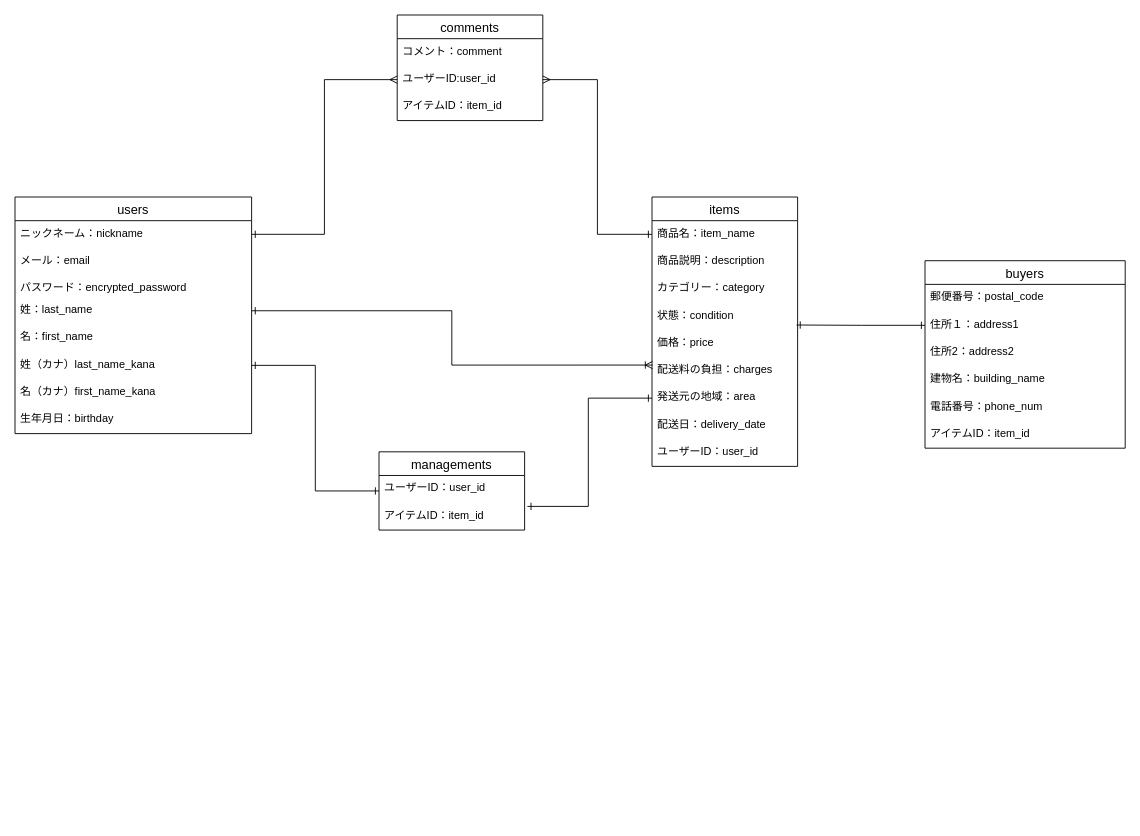
Above: furima.dio in Koshi-Y/furima-35423 (draw.io), before the change. Source tidied: cells renumbered, new cells numbered last; positions are measured from the earlier drawing's top-left corner, leaving out a move shared by most shapes. Both pictures are drawn from the tidied source at 91%, with x=0, y=0 at pixel (15, 15).
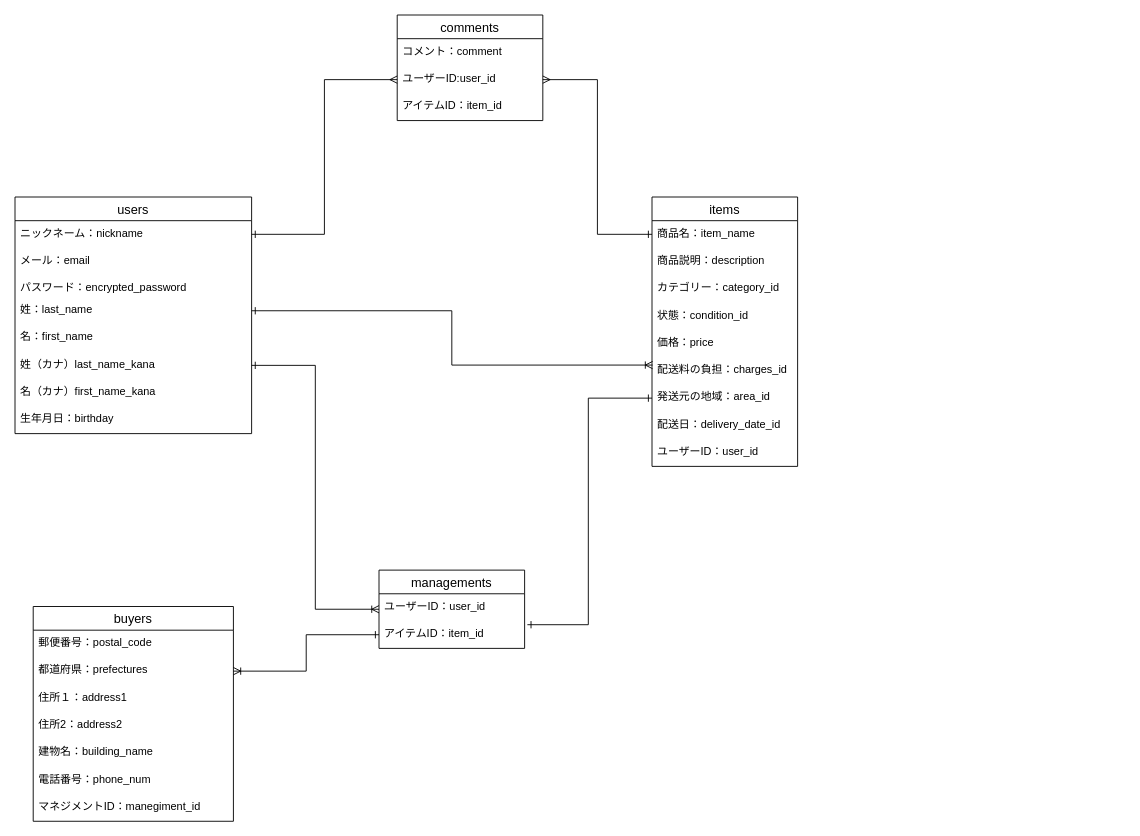
The same page after the edit.

The change refers to these unchanged cells:
```xml
<mxCell id="8" value="姓（カナ）last_name_kana" style="text;strokeColor=none;fillColor=none;spacingLeft=4;spacingRight=4;overflow=hidden;points=[[0,0.5],[1,0.5]];portConstraint=eastwest;fontSize=12;" parent="2" vertex="1">
  <mxGeometry y="170" width="260" height="30" as="geometry" />
</mxCell>
<mxCell id="11" value="items" style="swimlane;fontStyle=0;horizontal=1;startSize=26;align=center;fontSize=14;" parent="1" vertex="1">
  <mxGeometry x="700" y="200" width="160" height="296" as="geometry" />
</mxCell>
<mxCell id="37" value="アイテムID：item_id" style="text;strokeColor=none;fillColor=none;spacingLeft=4;spacingRight=4;overflow=hidden;points=[[0,0.5],[1,0.5]];portConstraint=eastwest;fontSize=12;" parent="35" vertex="1">
  <mxGeometry y="56" width="160" height="30" as="geometry" />
</mxCell>
```

What changed in the source:
```diff
@@
-    <mxCell id="14" value="カテゴリー：category" style="text;strokeColor=none;fillColor=none;spacingLeft=4;spacingRight=4;overflow=hidden;fontSize=12;" parent="11" vertex="1">
+    <mxCell id="14" value="カテゴリー：category_id" style="text;strokeColor=none;fillColor=none;spacingLeft=4;spacingRight=4;overflow=hidden;fontSize=12;" parent="11" vertex="1">
       <mxGeometry y="86" width="160" height="30" as="geometry" />
     </mxCell>
-    <mxCell id="15" value="状態：condition" style="text;strokeColor=none;fillColor=none;spacingLeft=4;spacingRight=4;overflow=hidden;points=[[0,0.5],[1,0.5]];portConstraint=eastwest;fontSize=12;" parent="11" vertex="1">
+    <mxCell id="15" value="状態：condition_id" style="text;strokeColor=none;fillColor=none;spacingLeft=4;spacingRight=4;overflow=hidden;points=[[0,0.5],[1,0.5]];portConstraint=eastwest;fontSize=12;" parent="11" vertex="1">
       <mxGeometry y="116" width="160" height="30" as="geometry" />
     </mxCell>
@@
-    <mxCell id="17" value="配送料の負担：charges" style="text;strokeColor=none;fillColor=none;spacingLeft=4;spacingRight=4;overflow=hidden;points=[[0,0.5],[1,0.5]];portConstraint=eastwest;fontSize=12;" parent="11" vertex="1">
+    <mxCell id="17" value="配送料の負担：charges_id" style="text;strokeColor=none;fillColor=none;spacingLeft=4;spacingRight=4;overflow=hidden;points=[[0,0.5],[1,0.5]];portConstraint=eastwest;fontSize=12;" parent="11" vertex="1">
       <mxGeometry y="176" width="160" height="30" as="geometry" />
     </mxCell>
-    <mxCell id="18" value="発送元の地域：area" style="text;strokeColor=none;fillColor=none;spacingLeft=4;spacingRight=4;overflow=hidden;points=[[0,0.5],[1,0.5]];portConstraint=eastwest;fontSize=12;" parent="11" vertex="1">
+    <mxCell id="18" value="発送元の地域：area_id" style="text;strokeColor=none;fillColor=none;spacingLeft=4;spacingRight=4;overflow=hidden;points=[[0,0.5],[1,0.5]];portConstraint=eastwest;fontSize=12;" parent="11" vertex="1">
       <mxGeometry y="206" width="160" height="30" as="geometry" />
     </mxCell>
-    <mxCell id="19" value="配送日：delivery_date" style="text;strokeColor=none;fillColor=none;spacingLeft=4;spacingRight=4;overflow=hidden;fontSize=12;" parent="11" vertex="1">
+    <mxCell id="19" value="配送日：delivery_date_id" style="text;strokeColor=none;fillColor=none;spacingLeft=4;spacingRight=4;overflow=hidden;fontSize=12;" parent="11" vertex="1">
       <mxGeometry y="236" width="160" height="30" as="geometry" />
     </mxCell>
@@
     <mxCell id="21" value="buyers" style="swimlane;fontStyle=0;horizontal=1;startSize=26;align=center;fontSize=14;" parent="1" vertex="1">
-      <mxGeometry x="1000" y="270" width="220" height="206" as="geometry" />
+      <mxGeometry x="20" y="650" width="220" height="236" as="geometry" />
     </mxCell>
@@
+    <mxCell id="41" value="都道府県：prefectures" style="text;strokeColor=none;fillColor=none;spacingLeft=4;spacingRight=4;overflow=hidden;points=[[0,0.5],[1,0.5]];portConstraint=eastwest;fontSize=12;" parent="21" vertex="1">
+      <mxGeometry y="56" width="220" height="30" as="geometry" />
+    </mxCell>
     <mxCell id="23" value="住所１：address1" style="text;strokeColor=none;fillColor=none;spacingLeft=4;spacingRight=4;overflow=hidden;points=[[0,0.5],[1,0.5]];portConstraint=eastwest;fontSize=12;" parent="21" vertex="1">
-      <mxGeometry y="56" width="220" height="30" as="geometry" />
+      <mxGeometry y="86" width="220" height="30" as="geometry" />
     </mxCell>
     <mxCell id="24" value="住所2：address2" style="text;strokeColor=none;fillColor=none;spacingLeft=4;spacingRight=4;overflow=hidden;fontSize=12;" parent="21" vertex="1">
-      <mxGeometry y="86" width="220" height="30" as="geometry" />
+      <mxGeometry y="116" width="220" height="30" as="geometry" />
     </mxCell>
     <mxCell id="25" value="建物名：building_name" style="text;strokeColor=none;fillColor=none;spacingLeft=4;spacingRight=4;overflow=hidden;fontSize=12;" parent="21" vertex="1">
-      <mxGeometry y="116" width="220" height="30" as="geometry" />
+      <mxGeometry y="146" width="220" height="30" as="geometry" />
     </mxCell>
     <mxCell id="26" value="電話番号：phone_num" style="text;strokeColor=none;fillColor=none;spacingLeft=4;spacingRight=4;overflow=hidden;fontSize=12;" parent="21" vertex="1">
-      <mxGeometry y="146" width="220" height="30" as="geometry" />
+      <mxGeometry y="176" width="220" height="30" as="geometry" />
     </mxCell>
-    <mxCell id="27" value="アイテムID：item_id" style="text;strokeColor=none;fillColor=none;spacingLeft=4;spacingRight=4;overflow=hidden;fontSize=12;" parent="21" vertex="1">
-      <mxGeometry y="176" width="220" height="30" as="geometry" />
+    <mxCell id="27" value="マネジメントID：manegiment_id" style="text;strokeColor=none;fillColor=none;spacingLeft=4;spacingRight=4;overflow=hidden;fontSize=12;" parent="21" vertex="1">
+      <mxGeometry y="206" width="220" height="30" as="geometry" />
     </mxCell>
@@
     <mxCell id="35" value="managements" style="swimlane;fontStyle=0;horizontal=1;startSize=26;align=center;fontSize=14;" parent="1" vertex="1">
-      <mxGeometry x="400" y="480" width="160" height="86" as="geometry" />
+      <mxGeometry x="400" y="610" width="160" height="86" as="geometry" />
     </mxCell>
@@
-    <mxCell id="38" style="edgeStyle=orthogonalEdgeStyle;rounded=0;jettySize=auto;html=1;exitX=0;exitY=0.5;exitDx=0;exitDy=0;entryX=0.993;entryY=0.822;entryDx=0;entryDy=0;entryPerimeter=0;endArrow=ERone;endFill=0;startArrow=ERone;startFill=0;" parent="1" edge="1" source="23" target="15">
-      <mxGeometry relative="1" as="geometry" />
-    </mxCell>
-    <mxCell id="39" style="edgeStyle=orthogonalEdgeStyle;rounded=0;jettySize=auto;html=1;exitX=1;exitY=0.5;exitDx=0;exitDy=0;entryX=0;entryY=0.5;entryDx=0;entryDy=0;startArrow=ERone;startFill=0;endArrow=ERone;endFill=0;" parent="1" edge="1" source="8" target="35">
+    <mxCell id="39" style="edgeStyle=orthogonalEdgeStyle;rounded=0;jettySize=auto;html=1;exitX=1;exitY=0.5;exitDx=0;exitDy=0;entryX=0;entryY=0.5;entryDx=0;entryDy=0;startArrow=ERone;startFill=0;endArrow=ERoneToMany;endFill=0;" parent="1" edge="1" source="8" target="35">
       <mxGeometry relative="1" as="geometry" />
     </mxCell>
@@
+    <mxCell id="42" style="edgeStyle=orthogonalEdgeStyle;rounded=0;jettySize=auto;html=1;exitX=1;exitY=0.5;exitDx=0;exitDy=0;entryX=0;entryY=0.5;entryDx=0;entryDy=0;startArrow=ERoneToMany;startFill=0;endArrow=ERone;endFill=0;" parent="1" edge="1" source="41" target="37">
+      <mxGeometry relative="1" as="geometry" />
+    </mxCell>
```
